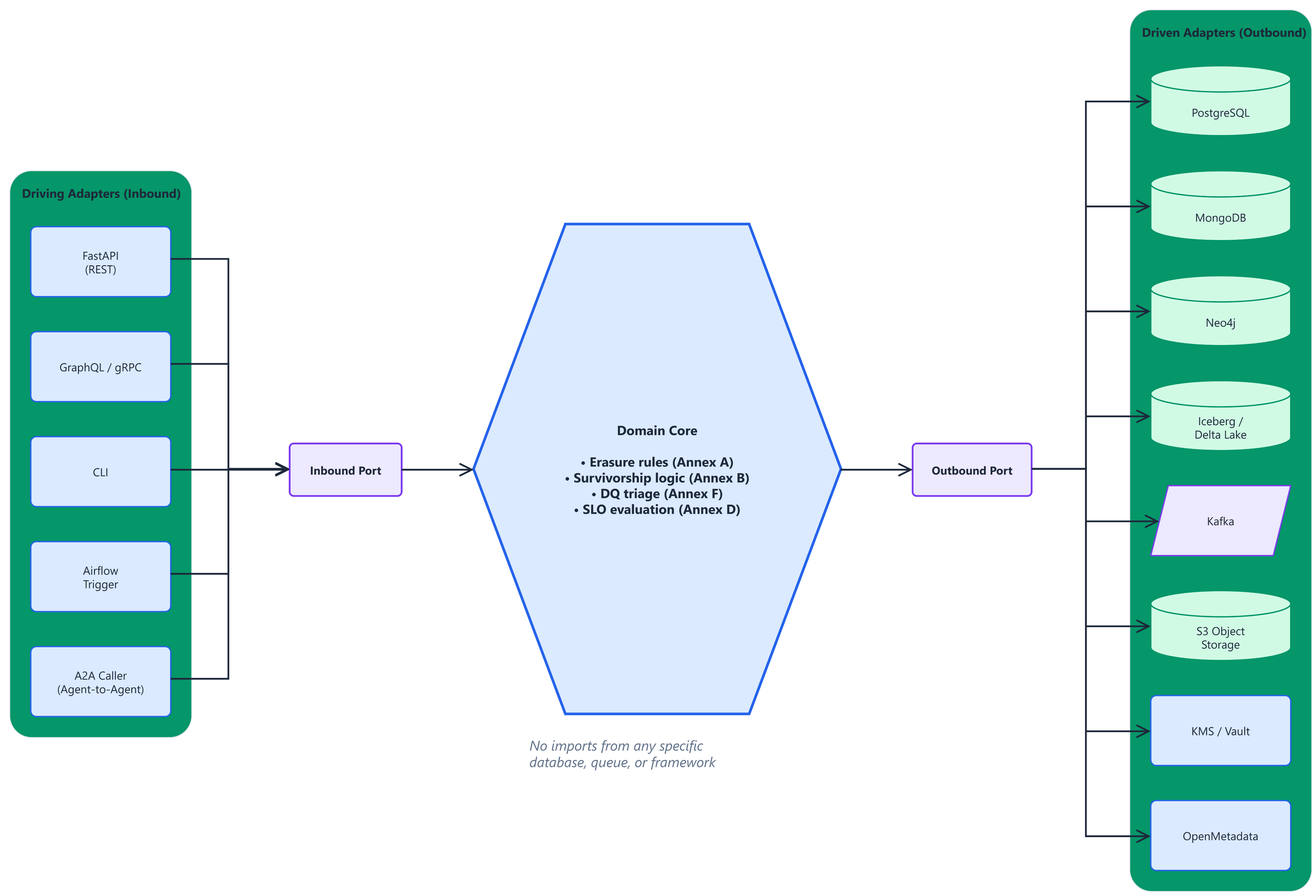
luisruizML/documents keeps this draw.io diagram as Nexus/Hexagonal_Architecture.png. Above is the earlier version. Source tidied: cells renumbered, new cells last; positions are measured from the earlier drawing's top-left corner, leaving out a move shared by most shapes.
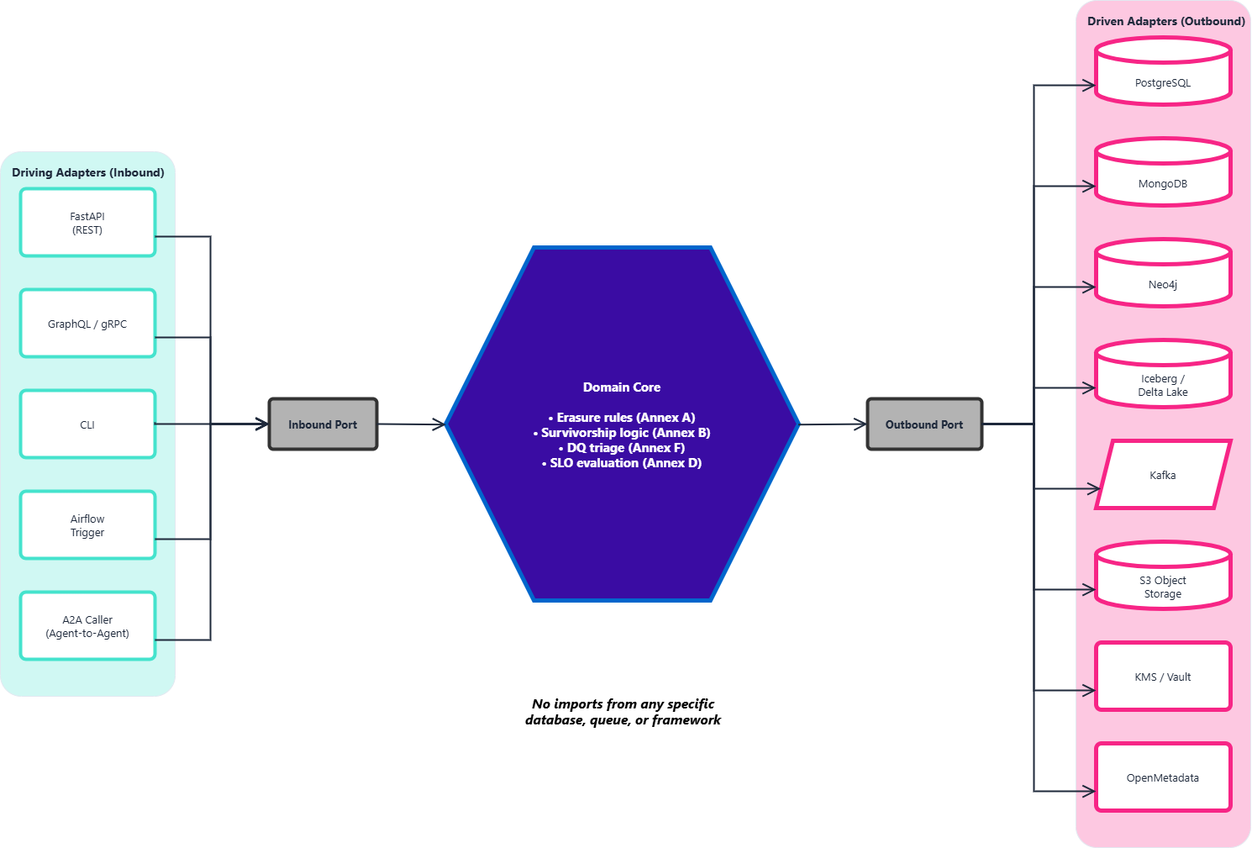
After the change.

Change to the diagram source:
```diff
@@ -4,59 +4,62 @@
     <mxCell id="1" parent="0" />
-    <mxCell id="2" value="Driving Adapters (Inbound)" style="rounded=1;arcSize=12;html=1;whiteSpace=wrap;fillColor=#059669;strokeColor=#E2E8F0;strokeWidth=1;fontColor=#1E293B;fontSize=14;fontFamily=Inter, Roboto, system-ui, -apple-system, sans-serif;fontStyle=1;verticalAlign=top;align=left;spacingLeft=12;spacingTop=10;" parent="1" vertex="1">
+    <mxCell id="2" value="Driving Adapters (Inbound)" style="rounded=1;arcSize=12;html=1;whiteSpace=wrap;fillColor=#D0F8F3;strokeColor=#E2E8F0;strokeWidth=1;fontColor=#1E293B;fontSize=14;fontFamily=Inter, Roboto, system-ui, -apple-system, sans-serif;fontStyle=1;verticalAlign=top;align=left;spacingLeft=12;spacingTop=10;" parent="1" vertex="1">
       <mxGeometry y="184" width="208" height="648" as="geometry" />
     </mxCell>
-    <mxCell id="3" value="Driven Adapters (Outbound)" style="rounded=1;arcSize=12;html=1;whiteSpace=wrap;fillColor=#059669;strokeColor=#E2E8F0;strokeWidth=1;fontColor=#1E293B;fontSize=14;fontFamily=Inter, Roboto, system-ui, -apple-system, sans-serif;fontStyle=1;verticalAlign=top;align=left;spacingLeft=12;spacingTop=10;" parent="1" vertex="1">
-      <mxGeometry x="1280" width="208" height="1008" as="geometry" />
-    </mxCell>
+    <mxCell id="36" style="group;" parent="2" vertex="1">
+      <mxGeometry x="24" y="44" width="160" height="560" as="geometry" />
+    </mxCell>
-    <mxCell id="4" value="FastAPI&lt;br&gt;(REST)" style="rounded=1;arcSize=8;html=1;whiteSpace=wrap;fillColor=#DBEAFE;strokeColor=#2563EB;strokeWidth=1.5;fontColor=#1E293B;fontSize=13;fontFamily=Inter, Roboto, system-ui, -apple-system, sans-serif;verticalAlign=middle;align=center;" parent="2" vertex="1">
-      <mxGeometry x="24" y="64" width="160" height="80" as="geometry" />
+    <mxCell id="4" value="FastAPI&lt;br&gt;(REST)" style="rounded=1;arcSize=8;html=1;whiteSpace=wrap;fillColor=#FFFFFF;strokeColor=#45E3CD;strokeWidth=4;fontColor=#1E293B;fontSize=13;fontFamily=Inter, Roboto, system-ui, -apple-system, sans-serif;verticalAlign=middle;align=center;" parent="36" vertex="1">
+      <mxGeometry width="160" height="80" as="geometry" />
     </mxCell>
-    <mxCell id="5" value="GraphQL / gRPC" style="rounded=1;arcSize=8;html=1;whiteSpace=wrap;fillColor=#DBEAFE;strokeColor=#2563EB;strokeWidth=1.5;fontColor=#1E293B;fontSize=13;fontFamily=Inter, Roboto, system-ui, -apple-system, sans-serif;verticalAlign=middle;align=center;" parent="2" vertex="1">
-      <mxGeometry x="24" y="184" width="160" height="80" as="geometry" />
+    <mxCell id="5" value="GraphQL / gRPC" style="rounded=1;arcSize=8;html=1;whiteSpace=wrap;fillColor=#FFFFFF;strokeColor=#45E3CD;strokeWidth=4;fontColor=#1E293B;fontSize=13;fontFamily=Inter, Roboto, system-ui, -apple-system, sans-serif;verticalAlign=middle;align=center;" parent="36" vertex="1">
+      <mxGeometry y="120" width="160" height="80" as="geometry" />
     </mxCell>
-    <mxCell id="6" value="CLI" style="rounded=1;arcSize=8;html=1;whiteSpace=wrap;fillColor=#DBEAFE;strokeColor=#2563EB;strokeWidth=1.5;fontColor=#1E293B;fontSize=13;fontFamily=Inter, Roboto, system-ui, -apple-system, sans-serif;verticalAlign=middle;align=center;" parent="2" vertex="1">
-      <mxGeometry x="24" y="304" width="160" height="80" as="geometry" />
+    <mxCell id="6" value="CLI" style="rounded=1;arcSize=8;html=1;whiteSpace=wrap;fillColor=#FFFFFF;strokeColor=#45E3CD;strokeWidth=4;fontColor=#1E293B;fontSize=13;fontFamily=Inter, Roboto, system-ui, -apple-system, sans-serif;verticalAlign=middle;align=center;" parent="36" vertex="1">
+      <mxGeometry y="240" width="160" height="80" as="geometry" />
     </mxCell>
-    <mxCell id="7" value="Airflow&lt;br&gt;Trigger" style="rounded=1;arcSize=8;html=1;whiteSpace=wrap;fillColor=#DBEAFE;strokeColor=#2563EB;strokeWidth=1.5;fontColor=#1E293B;fontSize=13;fontFamily=Inter, Roboto, system-ui, -apple-system, sans-serif;verticalAlign=middle;align=center;" parent="2" vertex="1">
-      <mxGeometry x="24" y="424" width="160" height="80" as="geometry" />
+    <mxCell id="7" value="Airflow&lt;br&gt;Trigger" style="rounded=1;arcSize=8;html=1;whiteSpace=wrap;fillColor=#FFFFFF;strokeColor=#45E3CD;strokeWidth=4;fontColor=#1E293B;fontSize=13;fontFamily=Inter, Roboto, system-ui, -apple-system, sans-serif;verticalAlign=middle;align=center;" parent="36" vertex="1">
+      <mxGeometry y="360" width="160" height="80" as="geometry" />
     </mxCell>
-    <mxCell id="8" value="A2A Caller&lt;br&gt;(Agent-to-Agent)" style="rounded=1;arcSize=8;html=1;whiteSpace=wrap;fillColor=#DBEAFE;strokeColor=#2563EB;strokeWidth=1.5;fontColor=#1E293B;fontSize=13;fontFamily=Inter, Roboto, system-ui, -apple-system, sans-serif;verticalAlign=middle;align=center;" parent="2" vertex="1">
-      <mxGeometry x="24" y="544" width="160" height="80" as="geometry" />
+    <mxCell id="8" value="A2A Caller&lt;br&gt;(Agent-to-Agent)" style="rounded=1;arcSize=8;html=1;whiteSpace=wrap;fillColor=#FFFFFF;strokeColor=#45E3CD;strokeWidth=4;fontColor=#1E293B;fontSize=13;fontFamily=Inter, Roboto, system-ui, -apple-system, sans-serif;verticalAlign=middle;align=center;" parent="36" vertex="1">
+      <mxGeometry y="480" width="160" height="80" as="geometry" />
     </mxCell>
-    <mxCell id="9" value="Inbound Port" style="rounded=1;arcSize=8;html=1;whiteSpace=wrap;fillColor=#EDE9FE;strokeColor=#7C3AED;strokeWidth=2;fontColor=#1E293B;fontSize=13;fontFamily=Inter, Roboto, system-ui, -apple-system, sans-serif;verticalAlign=middle;align=center;fontStyle=1;" parent="1" vertex="1">
-      <mxGeometry x="320" y="496" width="128" height="60" as="geometry" />
-    </mxCell>
-    <mxCell id="10" value="Domain Core&lt;br&gt;&lt;br&gt;• Erasure rules (Annex A)&lt;br&gt;• Survivorship logic (Annex B)&lt;br&gt;• DQ triage (Annex F)&lt;br&gt;• SLO evaluation (Annex D)" style="shape=hexagon;perimeter=hexagonPerimeter2;html=1;whiteSpace=wrap;fillColor=#DBEAFE;strokeColor=#2563EB;strokeWidth=3;fontColor=#1E293B;fontSize=15;fontFamily=Inter, Roboto, system-ui, -apple-system, sans-serif;verticalAlign=middle;align=center;fontStyle=1;" parent="1" vertex="1">
-      <mxGeometry x="530" y="245" width="420" height="560" as="geometry" />
-    </mxCell>
-    <mxCell id="11" value="No imports from any specific&lt;br&gt;database, queue, or framework" style="text;html=1;whiteSpace=wrap;labelBackgroundColor=none;fillColor=none;strokeColor=none;strokeWidth=0;fontColor=#64748B;fontSize=16;fontFamily=Inter, Roboto, system-ui, -apple-system, sans-serif;align=left;verticalAlign=top;fontStyle=2;" parent="1" vertex="1">
-      <mxGeometry x="592" y="824" width="299" height="57" as="geometry" />
-    </mxCell>
-    <mxCell id="12" value="Outbound Port" style="rounded=1;arcSize=8;html=1;whiteSpace=wrap;fillColor=#EDE9FE;strokeColor=#7C3AED;strokeWidth=2;fontColor=#1E293B;fontSize=13;fontFamily=Inter, Roboto, system-ui, -apple-system, sans-serif;verticalAlign=middle;align=center;fontStyle=1;" parent="1" vertex="1">
-      <mxGeometry x="1032" y="496" width="136" height="60" as="geometry" />
-    </mxCell>
+    <mxCell id="3" value="Driven Adapters (Outbound)" style="rounded=1;arcSize=12;html=1;whiteSpace=wrap;fillColor=#FDC8E1;strokeColor=#E2E8F0;strokeWidth=1;fontColor=#1E293B;fontSize=14;fontFamily=Inter, Roboto, system-ui, -apple-system, sans-serif;fontStyle=1;verticalAlign=top;align=left;spacingLeft=12;spacingTop=10;" parent="1" vertex="1">
+      <mxGeometry x="1280" y="4" width="208" height="1008" as="geometry" />
+    </mxCell>
-    <mxCell id="13" value="PostgreSQL" style="shape=cylinder3;boundedLbl=1;backgroundOutline=1;size=15;html=1;whiteSpace=wrap;fillColor=#D1FAE5;strokeColor=#059669;strokeWidth=1.5;fontColor=#1E293B;fontSize=13;fontFamily=Inter, Roboto, system-ui, -apple-system, sans-serif;verticalAlign=middle;align=center;" parent="3" vertex="1">
-      <mxGeometry x="24" y="64" width="160" height="80" as="geometry" />
+    <mxCell id="13" value="PostgreSQL" style="shape=cylinder3;boundedLbl=1;backgroundOutline=1;size=15;html=1;whiteSpace=wrap;fillColor=#FFFFFF;strokeColor=#F72586;strokeWidth=5;fontColor=#1E293B;fontSize=13;fontFamily=Inter, Roboto, system-ui, -apple-system, sans-serif;verticalAlign=middle;align=center;" parent="3" vertex="1">
+      <mxGeometry x="24" y="44" width="160" height="80" as="geometry" />
     </mxCell>
-    <mxCell id="14" value="MongoDB" style="shape=cylinder3;boundedLbl=1;backgroundOutline=1;size=15;html=1;whiteSpace=wrap;fillColor=#D1FAE5;strokeColor=#059669;strokeWidth=1.5;fontColor=#1E293B;fontSize=13;fontFamily=Inter, Roboto, system-ui, -apple-system, sans-serif;verticalAlign=middle;align=center;" parent="3" vertex="1">
-      <mxGeometry x="24" y="184" width="160" height="80" as="geometry" />
+    <mxCell id="14" value="MongoDB" style="shape=cylinder3;boundedLbl=1;backgroundOutline=1;size=15;html=1;whiteSpace=wrap;fillColor=#FFFFFF;strokeColor=#F72586;strokeWidth=5;fontColor=#1E293B;fontSize=13;fontFamily=Inter, Roboto, system-ui, -apple-system, sans-serif;verticalAlign=middle;align=center;" parent="3" vertex="1">
+      <mxGeometry x="24" y="164" width="160" height="80" as="geometry" />
     </mxCell>
-    <mxCell id="15" value="Neo4j" style="shape=cylinder3;boundedLbl=1;backgroundOutline=1;size=15;html=1;whiteSpace=wrap;fillColor=#D1FAE5;strokeColor=#059669;strokeWidth=1.5;fontColor=#1E293B;fontSize=13;fontFamily=Inter, Roboto, system-ui, -apple-system, sans-serif;verticalAlign=middle;align=center;" parent="3" vertex="1">
-      <mxGeometry x="24" y="304" width="160" height="80" as="geometry" />
+    <mxCell id="15" value="Neo4j" style="shape=cylinder3;boundedLbl=1;backgroundOutline=1;size=15;html=1;whiteSpace=wrap;fillColor=#FFFFFF;strokeColor=#F72586;strokeWidth=5;fontColor=#1E293B;fontSize=13;fontFamily=Inter, Roboto, system-ui, -apple-system, sans-serif;verticalAlign=middle;align=center;" parent="3" vertex="1">
+      <mxGeometry x="24" y="284" width="160" height="80" as="geometry" />
     </mxCell>
-    <mxCell id="16" value="Iceberg /&lt;br&gt;Delta Lake" style="shape=cylinder3;boundedLbl=1;backgroundOutline=1;size=15;html=1;whiteSpace=wrap;fillColor=#D1FAE5;strokeColor=#059669;strokeWidth=1.5;fontColor=#1E293B;fontSize=13;fontFamily=Inter, Roboto, system-ui, -apple-system, sans-serif;verticalAlign=middle;align=center;" parent="3" vertex="1">
-      <mxGeometry x="24" y="424" width="160" height="80" as="geometry" />
+    <mxCell id="16" value="Iceberg /&lt;br&gt;Delta Lake" style="shape=cylinder3;boundedLbl=1;backgroundOutline=1;size=15;html=1;whiteSpace=wrap;fillColor=#FFFFFF;strokeColor=#F72586;strokeWidth=5;fontColor=#1E293B;fontSize=13;fontFamily=Inter, Roboto, system-ui, -apple-system, sans-serif;verticalAlign=middle;align=center;" parent="3" vertex="1">
+      <mxGeometry x="24" y="404" width="160" height="80" as="geometry" />
     </mxCell>
-    <mxCell id="17" value="Kafka" style="shape=parallelogram;perimeter=parallelogramPerimeter;fixedSize=1;html=1;whiteSpace=wrap;fillColor=#EDE9FE;strokeColor=#7C3AED;strokeWidth=1.5;fontColor=#1E293B;fontSize=13;fontFamily=Inter, Roboto, system-ui, -apple-system, sans-serif;verticalAlign=middle;align=center;" parent="3" vertex="1">
-      <mxGeometry x="24" y="544" width="160" height="80" as="geometry" />
+    <mxCell id="17" value="Kafka" style="shape=parallelogram;perimeter=parallelogramPerimeter;fixedSize=1;html=1;whiteSpace=wrap;fillColor=#FFFFFF;strokeColor=#F72586;strokeWidth=5;fontColor=#1E293B;fontSize=13;fontFamily=Inter, Roboto, system-ui, -apple-system, sans-serif;verticalAlign=middle;align=center;" parent="3" vertex="1">
+      <mxGeometry x="24" y="524" width="160" height="80" as="geometry" />
     </mxCell>
-    <mxCell id="18" value="S3 Object&lt;br&gt;Storage" style="shape=cylinder3;boundedLbl=1;backgroundOutline=1;size=15;html=1;whiteSpace=wrap;fillColor=#D1FAE5;strokeColor=#059669;strokeWidth=1.5;fontColor=#1E293B;fontSize=13;fontFamily=Inter, Roboto, system-ui, -apple-system, sans-serif;verticalAlign=middle;align=center;" parent="3" vertex="1">
-      <mxGeometry x="24" y="664" width="160" height="80" as="geometry" />
+    <mxCell id="18" value="S3 Object&lt;br&gt;Storage" style="shape=cylinder3;boundedLbl=1;backgroundOutline=1;size=15;html=1;whiteSpace=wrap;fillColor=#FFFFFF;strokeColor=#F72586;strokeWidth=5;fontColor=#1E293B;fontSize=13;fontFamily=Inter, Roboto, system-ui, -apple-system, sans-serif;verticalAlign=middle;align=center;" parent="3" vertex="1">
+      <mxGeometry x="24" y="644" width="160" height="80" as="geometry" />
     </mxCell>
-    <mxCell id="19" value="KMS / Vault" style="rounded=1;arcSize=8;html=1;whiteSpace=wrap;fillColor=#DBEAFE;strokeColor=#2563EB;strokeWidth=1.5;fontColor=#1E293B;fontSize=13;fontFamily=Inter, Roboto, system-ui, -apple-system, sans-serif;verticalAlign=middle;align=center;" parent="3" vertex="1">
-      <mxGeometry x="24" y="784" width="160" height="80" as="geometry" />
+    <mxCell id="19" value="KMS / Vault" style="rounded=1;arcSize=8;html=1;whiteSpace=wrap;fillColor=#FFFFFF;strokeColor=#F72586;strokeWidth=5;fontColor=#1E293B;fontSize=13;fontFamily=Inter, Roboto, system-ui, -apple-system, sans-serif;verticalAlign=middle;align=center;" parent="3" vertex="1">
+      <mxGeometry x="24" y="764" width="160" height="80" as="geometry" />
     </mxCell>
-    <mxCell id="20" value="OpenMetadata" style="rounded=1;arcSize=8;html=1;whiteSpace=wrap;fillColor=#DBEAFE;strokeColor=#2563EB;strokeWidth=1.5;fontColor=#1E293B;fontSize=13;fontFamily=Inter, Roboto, system-ui, -apple-system, sans-serif;verticalAlign=middle;align=center;" parent="3" vertex="1">
-      <mxGeometry x="24" y="904" width="160" height="80" as="geometry" />
+    <mxCell id="20" value="OpenMetadata" style="rounded=1;arcSize=8;html=1;whiteSpace=wrap;fillColor=#FFFFFF;strokeColor=#F72586;strokeWidth=5;fontColor=#1E293B;fontSize=13;fontFamily=Inter, Roboto, system-ui, -apple-system, sans-serif;verticalAlign=middle;align=center;" parent="3" vertex="1">
+      <mxGeometry x="24" y="884" width="160" height="80" as="geometry" />
     </mxCell>
+    <mxCell id="9" value="Inbound Port" style="rounded=1;arcSize=8;html=1;whiteSpace=wrap;fillColor=#B3B3B3;strokeColor=#333333;strokeWidth=4;fontColor=#1E293B;fontSize=13;fontFamily=Inter, Roboto, system-ui, -apple-system, sans-serif;verticalAlign=middle;align=center;fontStyle=1;" parent="1" vertex="1">
+      <mxGeometry x="320" y="478" width="128" height="60" as="geometry" />
+    </mxCell>
+    <mxCell id="10" value="Domain Core&lt;br&gt;&lt;br&gt;• Erasure rules (Annex A)&lt;br&gt;• Survivorship logic (Annex B)&lt;br&gt;• DQ triage (Annex F)&lt;br&gt;• SLO evaluation (Annex D)" style="shape=hexagon;perimeter=hexagonPerimeter2;html=1;whiteSpace=wrap;fillColor=#3A0CA3;strokeColor=#0066CC;strokeWidth=5;fontColor=#FFFFFF;fontSize=15;fontFamily=Inter, Roboto, system-ui, -apple-system, sans-serif;verticalAlign=middle;align=center;fontStyle=1;" parent="1" vertex="1">
+      <mxGeometry x="530" y="298" width="420" height="420" as="geometry" />
+    </mxCell>
+    <mxCell id="11" value="No imports from any specific&lt;br&gt;database, queue, or framework" style="text;html=1;whiteSpace=wrap;labelBackgroundColor=none;strokeWidth=0;fontSize=16;fontFamily=Inter, Roboto, system-ui, -apple-system, sans-serif;align=center;verticalAlign=top;fontStyle=3;fontColor=#000000;" parent="1" vertex="1">
+      <mxGeometry x="592" y="824" width="299" height="57" as="geometry" />
+    </mxCell>
+    <mxCell id="12" value="Outbound Port" style="rounded=1;arcSize=8;html=1;whiteSpace=wrap;fillColor=#B3B3B3;strokeColor=#333333;strokeWidth=4;fontColor=#1E293B;fontSize=13;fontFamily=Inter, Roboto, system-ui, -apple-system, sans-serif;verticalAlign=middle;align=center;fontStyle=1;" parent="1" vertex="1">
+      <mxGeometry x="1032" y="478" width="136" height="60" as="geometry" />
+    </mxCell>
     <mxCell id="21" style="edgeStyle=orthogonalEdgeStyle;rounded=0;jettySize=auto;html=1;strokeColor=#1E293B;strokeWidth=2;endArrow=open;endFill=0;endSize=12;jumpStyle=arc;jumpSize=8;" parent="1" edge="1" source="4" target="9">
@@ -65,3 +68,3 @@
           <mxPoint x="250" y="285" />
-          <mxPoint x="250" y="525" />
+          <mxPoint x="250" y="508" />
         </Array>
@@ -73,3 +76,3 @@
           <mxPoint x="250" y="405" />
-          <mxPoint x="250" y="525" />
+          <mxPoint x="250" y="508" />
         </Array>
@@ -78,3 +81,7 @@
     <mxCell id="23" style="edgeStyle=orthogonalEdgeStyle;rounded=0;jettySize=auto;html=1;strokeColor=#1E293B;strokeWidth=2;endArrow=open;endFill=0;endSize=12;exitX=1;exitY=0.475;exitDx=0;exitDy=0;entryX=0;entryY=0.5;entryDx=0;entryDy=0;jumpStyle=arc;jumpSize=8;" parent="1" edge="1" source="6" target="9">
-      <mxGeometry relative="1" as="geometry" />
+      <mxGeometry relative="1" as="geometry">
+        <Array as="points">
+          <mxPoint x="184" y="508" />
+        </Array>
+      </mxGeometry>
     </mxCell>
@@ -84,3 +91,3 @@
           <mxPoint x="250" y="645" />
-          <mxPoint x="250" y="525" />
+          <mxPoint x="250" y="508" />
         </Array>
@@ -88,3 +95,3 @@
     </mxCell>
-    <mxCell id="25" style="edgeStyle=orthogonalEdgeStyle;rounded=0;jettySize=auto;html=1;strokeColor=#1E293B;strokeWidth=2;endArrow=open;endFill=0;endSize=12;jumpStyle=arc;jumpSize=8;" parent="1" edge="1" source="8" target="9">
+    <mxCell id="25" style="edgeStyle=orthogonalEdgeStyle;rounded=0;jettySize=auto;html=1;strokeColor=#1E293B;strokeWidth=2;endArrow=open;endFill=0;endSize=12;jumpStyle=arc;jumpSize=8;entryX=0;entryY=0.5;entryDx=0;entryDy=0;" parent="1" edge="1" source="8" target="9">
       <mxGeometry relative="1" as="geometry">
@@ -92,3 +99,3 @@
           <mxPoint x="250" y="765" />
-          <mxPoint x="250" y="525" />
+          <mxPoint x="250" y="508" />
         </Array>
@@ -105,3 +112,3 @@
         <Array as="points">
-          <mxPoint x="1230" y="525" />
+          <mxPoint x="1230" y="508" />
           <mxPoint x="1230" y="105" />
@@ -113,3 +120,3 @@
         <Array as="points">
-          <mxPoint x="1230" y="525" />
+          <mxPoint x="1230" y="508" />
           <mxPoint x="1230" y="225" />
@@ -121,3 +128,3 @@
         <Array as="points">
-          <mxPoint x="1230" y="525" />
+          <mxPoint x="1230" y="508" />
           <mxPoint x="1230" y="345" />
@@ -129,3 +136,3 @@
         <Array as="points">
-          <mxPoint x="1230" y="525" />
+          <mxPoint x="1230" y="508" />
           <mxPoint x="1230" y="465" />
@@ -137,3 +144,3 @@
         <Array as="points">
-          <mxPoint x="1230" y="525" />
+          <mxPoint x="1230" y="508" />
           <mxPoint x="1230" y="585" />
@@ -145,3 +152,3 @@
         <Array as="points">
-          <mxPoint x="1230" y="525" />
+          <mxPoint x="1230" y="508" />
           <mxPoint x="1230" y="705" />
@@ -153,3 +160,3 @@
         <Array as="points">
-          <mxPoint x="1230" y="525" />
+          <mxPoint x="1230" y="508" />
           <mxPoint x="1230" y="825" />
@@ -158,6 +165,6 @@
     </mxCell>
-    <mxCell id="35" style="edgeStyle=orthogonalEdgeStyle;rounded=0;jettySize=auto;html=1;strokeColor=#1E293B;strokeWidth=2;endArrow=open;endFill=0;endSize=12;jumpStyle=arc;jumpSize=8;" parent="1" edge="1" source="12" target="20">
+    <mxCell id="35" style="edgeStyle=orthogonalEdgeStyle;rounded=0;jettySize=auto;html=1;strokeColor=#1E293B;strokeWidth=2;endArrow=open;endFill=0;endSize=12;jumpStyle=arc;jumpSize=8;exitX=1;exitY=0.5;exitDx=0;exitDy=0;" parent="1" edge="1" source="12" target="20">
       <mxGeometry relative="1" as="geometry">
         <Array as="points">
-          <mxPoint x="1230" y="525" />
+          <mxPoint x="1230" y="508" />
           <mxPoint x="1230" y="945" />
```
